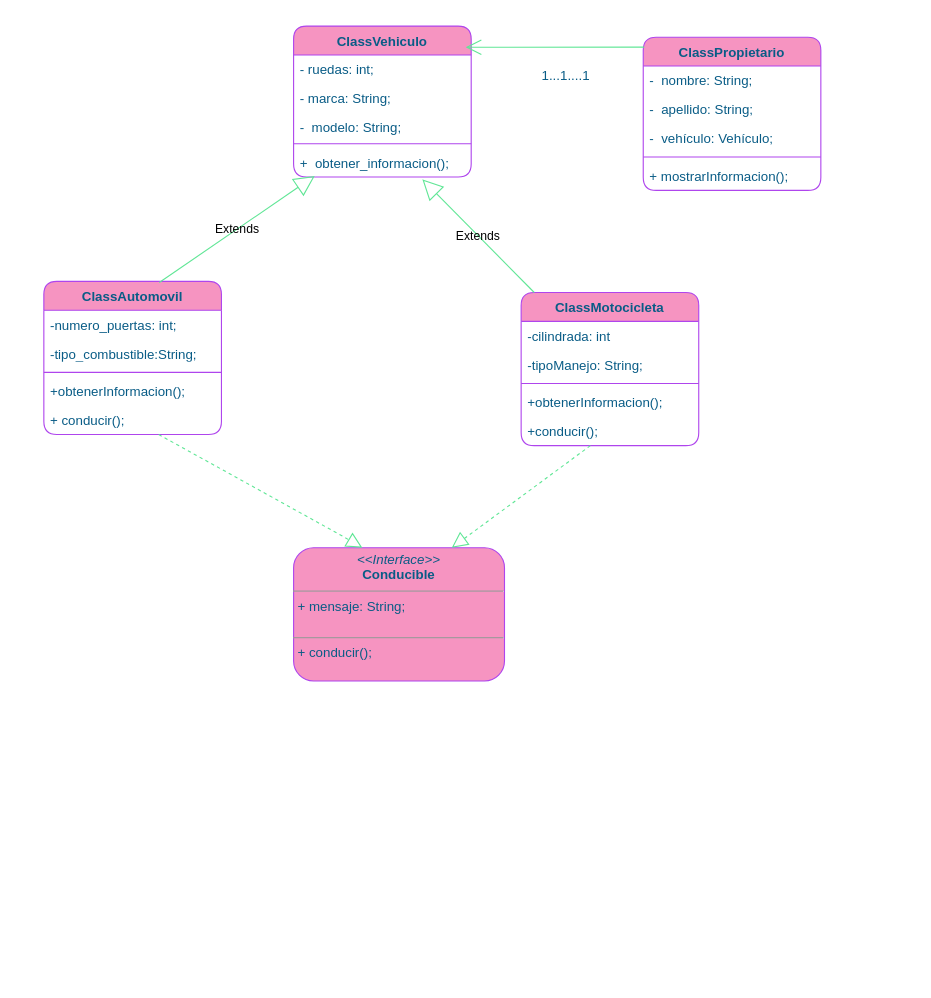
Mariayey12/Sistemagestionvehiculo keeps this draw.io diagram as src/DiagramaSistemagestionvehiculo.drawio. Above is the earlier version. Source tidied: cells renumbered, new cells numbered last; positions are measured from the earlier drawing's top-left corner, leaving out a move shared by most shapes. Both pictures are drawn from the tidied source at 111%, with x=0, y=0 at pixel (43, 26).
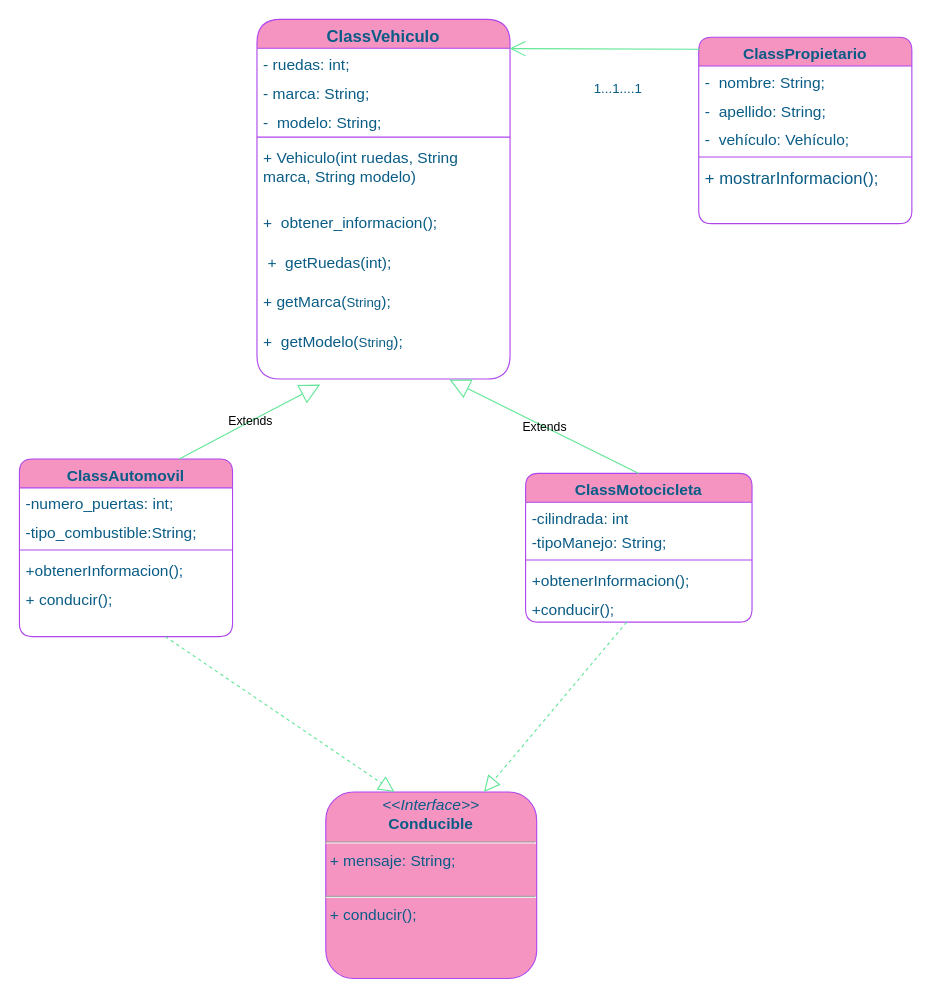
After the change.

The edit, as a diff of the source:
```diff
@@
-    <mxCell id="2" value="ClassVehiculo" style="swimlane;fontStyle=1;align=center;verticalAlign=top;horizontal=1;startSize=26;whiteSpace=wrap;html=1;labelBackgroundColor=none;fillColor=#F694C1;strokeColor=#AF45ED;fontColor=#095C86;rounded=1;" parent="1" vertex="1">
-      <mxGeometry x="225" width="160" height="136" as="geometry" />
+    <mxCell id="2" value="ClassVehiculo" style="swimlane;fontStyle=1;align=center;verticalAlign=top;horizontal=1;startSize=26;whiteSpace=wrap;html=1;labelBackgroundColor=none;fillColor=#F694C1;strokeColor=#AF45ED;fontColor=#095C86;rounded=1;fontSize=15;arcSize=27;" parent="1" vertex="1">
+      <mxGeometry x="192" y="-6" width="228" height="324" as="geometry" />
     </mxCell>
-    <mxCell id="3" value="- ruedas: int;" style="text;strokeColor=none;fillColor=none;align=left;verticalAlign=top;spacingLeft=4;spacingRight=4;overflow=hidden;points=[[0,0.5],[1,0.5]];portConstraint=eastwest;whiteSpace=wrap;html=1;labelBackgroundColor=none;fontColor=#095C86;rounded=1;" parent="2" vertex="1">
-      <mxGeometry y="26" width="160" height="26" as="geometry" />
+    <mxCell id="3" value="&lt;font style=&quot;font-size: 14px;&quot;&gt;- ruedas: int;&lt;/font&gt;" style="text;strokeColor=none;fillColor=none;align=left;verticalAlign=top;spacingLeft=4;spacingRight=4;overflow=hidden;points=[[0,0.5],[1,0.5]];portConstraint=eastwest;whiteSpace=wrap;html=1;labelBackgroundColor=none;fontColor=#095C86;rounded=1;" parent="2" vertex="1">
+      <mxGeometry y="26" width="228" height="26" as="geometry" />
     </mxCell>
-    <mxCell id="4" value="- marca:&amp;nbsp;String;" style="text;strokeColor=none;fillColor=none;align=left;verticalAlign=top;spacingLeft=4;spacingRight=4;overflow=hidden;whiteSpace=wrap;html=1;labelBackgroundColor=none;fontColor=#095C86;rounded=1;" parent="2" vertex="1">
-      <mxGeometry y="52" width="160" height="26" as="geometry" />
+    <mxCell id="4" value="&lt;font style=&quot;font-size: 14px;&quot;&gt;- marca:&amp;nbsp;String;&lt;/font&gt;" style="text;strokeColor=none;fillColor=none;align=left;verticalAlign=top;spacingLeft=4;spacingRight=4;overflow=hidden;whiteSpace=wrap;html=1;labelBackgroundColor=none;fontColor=#095C86;rounded=1;" parent="2" vertex="1">
+      <mxGeometry y="52" width="228" height="26" as="geometry" />
     </mxCell>
-    <mxCell id="5" value="-&amp;nbsp; modelo:&amp;nbsp;String;" style="text;strokeColor=none;fillColor=none;align=left;verticalAlign=top;spacingLeft=4;spacingRight=4;overflow=hidden;whiteSpace=wrap;html=1;labelBackgroundColor=none;fontColor=#095C86;rounded=1;" parent="2" vertex="1">
-      <mxGeometry y="78" width="160" height="24" as="geometry" />
+    <mxCell id="5" value="&lt;font style=&quot;font-size: 14px;&quot;&gt;-&amp;nbsp; modelo:&amp;nbsp;String;&lt;/font&gt;" style="text;strokeColor=none;fillColor=none;align=left;verticalAlign=top;spacingLeft=4;spacingRight=4;overflow=hidden;whiteSpace=wrap;html=1;labelBackgroundColor=none;fontColor=#095C86;rounded=1;" parent="2" vertex="1">
+      <mxGeometry y="78" width="228" height="24" as="geometry" />
     </mxCell>
     <mxCell id="6" style="line;strokeWidth=1;fillColor=none;align=left;verticalAlign=middle;spacingTop=-1;spacingLeft=3;spacingRight=3;labelPosition=right;strokeColor=#AF45ED;labelBackgroundColor=none;fontColor=#095C86;rounded=1;" parent="2" vertex="1">
-      <mxGeometry y="102" width="160" height="8" as="geometry" />
+      <mxGeometry y="102" width="228" height="8" as="geometry" />
     </mxCell>
+    <mxCell id="33" value="&lt;font color=&quot;#095c86&quot; style=&quot;font-size: 14px;&quot;&gt;+&amp;nbsp;Vehiculo(int ruedas, String marca, String modelo)&amp;nbsp;&lt;/font&gt;" style="text;strokeColor=none;fillColor=none;align=left;verticalAlign=top;spacingLeft=4;spacingRight=4;overflow=hidden;whiteSpace=wrap;html=1;" parent="2" vertex="1">
+      <mxGeometry y="110" width="228" height="58" as="geometry" />
+    </mxCell>
-    <mxCell id="7" value="+&amp;nbsp;&amp;nbsp;obtener_informacion();" style="text;strokeColor=none;fillColor=none;align=left;verticalAlign=top;spacingLeft=4;spacingRight=4;overflow=hidden;points=[[0,0.5],[1,0.5]];portConstraint=eastwest;whiteSpace=wrap;html=1;labelBackgroundColor=none;fontColor=#095C86;rounded=1;" parent="2" vertex="1">
-      <mxGeometry y="110" width="160" height="26" as="geometry" />
+    <mxCell id="7" value="&lt;font style=&quot;font-size: 14px;&quot;&gt;+&amp;nbsp;&amp;nbsp;obtener_informacion();&lt;br&gt;&lt;br&gt;&lt;/font&gt;" style="text;strokeColor=none;fillColor=none;align=left;verticalAlign=top;spacingLeft=4;spacingRight=4;overflow=hidden;points=[[0,0.5],[1,0.5]];portConstraint=eastwest;whiteSpace=wrap;html=1;labelBackgroundColor=none;fontColor=#095C86;rounded=1;" parent="2" vertex="1">
+      <mxGeometry y="168" width="228" height="36" as="geometry" />
     </mxCell>
+    <mxCell id="34" value="&lt;font color=&quot;#095c86&quot; style=&quot;font-size: 14px;&quot;&gt;&amp;nbsp;+&amp;nbsp; getRuedas(int);&lt;/font&gt;" style="text;strokeColor=none;fillColor=none;align=left;verticalAlign=top;spacingLeft=4;spacingRight=4;overflow=hidden;whiteSpace=wrap;html=1;" parent="2" vertex="1">
+      <mxGeometry y="204" width="228" height="36" as="geometry" />
+    </mxCell>
+    <mxCell id="35" value="&lt;font color=&quot;#095c86&quot;&gt;&lt;font style=&quot;font-size: 14px;&quot;&gt;+&amp;nbsp;getMarca(&lt;/font&gt;String&lt;font style=&quot;font-size: 14px;&quot;&gt;);&lt;/font&gt;&lt;/font&gt;" style="text;strokeColor=none;fillColor=none;align=left;verticalAlign=top;spacingLeft=4;spacingRight=4;overflow=hidden;whiteSpace=wrap;html=1;" parent="2" vertex="1">
+      <mxGeometry y="240" width="228" height="36" as="geometry" />
+    </mxCell>
+    <mxCell id="36" value="&lt;font color=&quot;#095c86&quot;&gt;&lt;font style=&quot;font-size: 14px;&quot;&gt;+&amp;nbsp; getModelo(&lt;/font&gt;String&lt;font style=&quot;font-size: 14px;&quot;&gt;);&lt;/font&gt;&lt;/font&gt;" style="text;strokeColor=none;fillColor=none;align=left;verticalAlign=top;spacingLeft=4;spacingRight=4;overflow=hidden;points=[[0,0.5],[1,0.5]];portConstraint=eastwest;whiteSpace=wrap;html=1;" parent="2" vertex="1">
+      <mxGeometry y="276" width="228" height="48" as="geometry" />
+    </mxCell>
-    <mxCell id="8" value="ClassAutomovil" style="swimlane;fontStyle=1;align=center;verticalAlign=top;horizontal=1;startSize=26;whiteSpace=wrap;html=1;labelBackgroundColor=none;fillColor=#F694C1;strokeColor=#AF45ED;fontColor=#095C86;rounded=1;" parent="1" vertex="1">
-      <mxGeometry y="230" width="160" height="138" as="geometry" />
+    <mxCell id="8" value="ClassAutomovil" style="swimlane;fontStyle=1;align=center;verticalAlign=top;horizontal=1;startSize=26;whiteSpace=wrap;html=1;labelBackgroundColor=none;fillColor=#F694C1;strokeColor=#AF45ED;fontColor=#095C86;rounded=1;fontSize=14;" parent="1" vertex="1">
+      <mxGeometry x="-22" y="390" width="192" height="160" as="geometry" />
     </mxCell>
-    <mxCell id="9" value="-numero_puertas: int;" style="text;strokeColor=none;fillColor=none;align=left;verticalAlign=top;spacingLeft=4;spacingRight=4;overflow=hidden;whiteSpace=wrap;html=1;labelBackgroundColor=none;fontColor=#095C86;rounded=1;" parent="8" vertex="1">
-      <mxGeometry y="26" width="160" height="26" as="geometry" />
+    <mxCell id="9" value="&lt;font style=&quot;font-size: 14px;&quot;&gt;-numero_puertas: int;&lt;/font&gt;" style="text;strokeColor=none;fillColor=none;align=left;verticalAlign=top;spacingLeft=4;spacingRight=4;overflow=hidden;whiteSpace=wrap;html=1;labelBackgroundColor=none;fontColor=#095C86;rounded=1;" parent="8" vertex="1">
+      <mxGeometry y="26" width="192" height="26" as="geometry" />
     </mxCell>
-    <mxCell id="10" value="-tipo_combustible:String;" style="text;strokeColor=none;fillColor=none;align=left;verticalAlign=top;spacingLeft=4;spacingRight=4;overflow=hidden;whiteSpace=wrap;html=1;labelBackgroundColor=none;fontColor=#095C86;rounded=1;" parent="8" vertex="1">
-      <mxGeometry y="52" width="160" height="26" as="geometry" />
+    <mxCell id="10" value="&lt;font style=&quot;font-size: 14px;&quot;&gt;-tipo_combustible:String;&lt;/font&gt;" style="text;strokeColor=none;fillColor=none;align=left;verticalAlign=top;spacingLeft=4;spacingRight=4;overflow=hidden;whiteSpace=wrap;html=1;labelBackgroundColor=none;fontColor=#095C86;rounded=1;" parent="8" vertex="1">
+      <mxGeometry y="52" width="192" height="26" as="geometry" />
     </mxCell>
     <mxCell id="11" style="line;strokeWidth=1;fillColor=none;align=left;verticalAlign=middle;spacingTop=-1;spacingLeft=3;spacingRight=3;labelPosition=right;strokeColor=#AF45ED;labelBackgroundColor=none;fontColor=#095C86;rounded=1;" parent="8" vertex="1">
-      <mxGeometry y="78" width="160" height="8" as="geometry" />
+      <mxGeometry y="78" width="192" height="8" as="geometry" />
     </mxCell>
-    <mxCell id="12" value="+obtenerInformacion();" style="text;strokeColor=none;fillColor=none;align=left;verticalAlign=top;spacingLeft=4;spacingRight=4;overflow=hidden;whiteSpace=wrap;html=1;labelBackgroundColor=none;fontColor=#095C86;rounded=1;" parent="8" vertex="1">
-      <mxGeometry y="86" width="160" height="26" as="geometry" />
+    <mxCell id="12" value="&lt;font style=&quot;font-size: 14px;&quot;&gt;+obtenerInformacion();&lt;/font&gt;" style="text;strokeColor=none;fillColor=none;align=left;verticalAlign=top;spacingLeft=4;spacingRight=4;overflow=hidden;whiteSpace=wrap;html=1;labelBackgroundColor=none;fontColor=#095C86;rounded=1;" parent="8" vertex="1">
+      <mxGeometry y="86" width="192" height="26" as="geometry" />
     </mxCell>
-    <mxCell id="13" value="+ conducir();" style="text;strokeColor=none;fillColor=none;align=left;verticalAlign=top;spacingLeft=4;spacingRight=4;overflow=hidden;points=[[0,0.5],[1,0.5]];portConstraint=eastwest;whiteSpace=wrap;html=1;labelBackgroundColor=none;fontColor=#095C86;rounded=1;" parent="8" vertex="1">
-      <mxGeometry y="112" width="160" height="26" as="geometry" />
+    <mxCell id="13" value="&lt;font style=&quot;font-size: 14px;&quot;&gt;+ conducir();&lt;/font&gt;" style="text;strokeColor=none;fillColor=none;align=left;verticalAlign=top;spacingLeft=4;spacingRight=4;overflow=hidden;points=[[0,0.5],[1,0.5]];portConstraint=eastwest;whiteSpace=wrap;html=1;labelBackgroundColor=none;fontColor=#095C86;rounded=1;" parent="8" vertex="1">
+      <mxGeometry y="112" width="192" height="48" as="geometry" />
     </mxCell>
-    <mxCell id="14" value="ClassMotocicleta" style="swimlane;fontStyle=1;align=center;verticalAlign=top;horizontal=1;startSize=26;whiteSpace=wrap;html=1;labelBackgroundColor=none;fillColor=#F694C1;strokeColor=#AF45ED;fontColor=#095C86;rounded=1;" parent="1" vertex="1">
-      <mxGeometry x="430" y="240" width="160" height="138" as="geometry" />
+    <mxCell id="14" value="&lt;font style=&quot;font-size: 14px;&quot;&gt;ClassMotocicleta&lt;/font&gt;" style="swimlane;fontStyle=1;align=center;verticalAlign=top;horizontal=1;startSize=26;whiteSpace=wrap;html=1;labelBackgroundColor=none;fillColor=#F694C1;strokeColor=#AF45ED;fontColor=#095C86;rounded=1;" parent="1" vertex="1">
+      <mxGeometry x="434" y="403" width="204" height="134" as="geometry" />
     </mxCell>
-    <mxCell id="15" value="-cilindrada: int" style="text;strokeColor=none;fillColor=none;align=left;verticalAlign=top;spacingLeft=4;spacingRight=4;overflow=hidden;whiteSpace=wrap;html=1;labelBackgroundColor=none;fontColor=#095C86;rounded=1;" parent="14" vertex="1">
-      <mxGeometry y="26" width="160" height="26" as="geometry" />
+    <mxCell id="15" value="&lt;font style=&quot;font-size: 14px;&quot;&gt;-cilindrada: int&lt;/font&gt;" style="text;strokeColor=none;fillColor=none;align=left;verticalAlign=top;spacingLeft=4;spacingRight=4;overflow=hidden;whiteSpace=wrap;html=1;labelBackgroundColor=none;fontColor=#095C86;rounded=1;" parent="14" vertex="1">
+      <mxGeometry y="26" width="204" height="22" as="geometry" />
     </mxCell>
-    <mxCell id="16" value="-tipoManejo:&amp;nbsp;String;" style="text;strokeColor=none;fillColor=none;align=left;verticalAlign=top;spacingLeft=4;spacingRight=4;overflow=hidden;whiteSpace=wrap;html=1;labelBackgroundColor=none;fontColor=#095C86;rounded=1;" parent="14" vertex="1">
-      <mxGeometry y="52" width="160" height="26" as="geometry" />
+    <mxCell id="16" value="&lt;font style=&quot;font-size: 14px;&quot;&gt;-tipoManejo:&amp;nbsp;String;&lt;/font&gt;" style="text;strokeColor=none;fillColor=none;align=left;verticalAlign=top;spacingLeft=4;spacingRight=4;overflow=hidden;whiteSpace=wrap;html=1;labelBackgroundColor=none;fontColor=#095C86;rounded=1;" parent="14" vertex="1">
+      <mxGeometry y="48" width="204" height="26" as="geometry" />
     </mxCell>
     <mxCell id="17" style="line;strokeWidth=1;fillColor=none;align=left;verticalAlign=middle;spacingTop=-1;spacingLeft=3;spacingRight=3;labelPosition=right;strokeColor=#AF45ED;labelBackgroundColor=none;fontColor=#095C86;rounded=1;" parent="14" vertex="1">
-      <mxGeometry y="78" width="160" height="8" as="geometry" />
+      <mxGeometry y="74" width="204" height="8" as="geometry" />
     </mxCell>
-    <mxCell id="18" value="+obtenerInformacion();" style="text;strokeColor=none;fillColor=none;align=left;verticalAlign=top;spacingLeft=4;spacingRight=4;overflow=hidden;whiteSpace=wrap;html=1;labelBackgroundColor=none;fontColor=#095C86;rounded=1;" parent="14" vertex="1">
-      <mxGeometry y="86" width="160" height="26" as="geometry" />
+    <mxCell id="18" value="&lt;font style=&quot;font-size: 14px;&quot;&gt;+obtenerInformacion();&lt;/font&gt;" style="text;strokeColor=none;fillColor=none;align=left;verticalAlign=top;spacingLeft=4;spacingRight=4;overflow=hidden;whiteSpace=wrap;html=1;labelBackgroundColor=none;fontColor=#095C86;rounded=1;" parent="14" vertex="1">
+      <mxGeometry y="82" width="204" height="26" as="geometry" />
     </mxCell>
-    <mxCell id="19" value="+conducir();" style="text;strokeColor=none;fillColor=none;align=left;verticalAlign=top;spacingLeft=4;spacingRight=4;overflow=hidden;points=[[0,0.5],[1,0.5]];portConstraint=eastwest;whiteSpace=wrap;html=1;labelBackgroundColor=none;fontColor=#095C86;rounded=1;" parent="14" vertex="1">
-      <mxGeometry y="112" width="160" height="26" as="geometry" />
+    <mxCell id="19" value="&lt;font style=&quot;font-size: 14px;&quot;&gt;+conducir();&lt;/font&gt;" style="text;strokeColor=none;fillColor=none;align=left;verticalAlign=top;spacingLeft=4;spacingRight=4;overflow=hidden;points=[[0,0.5],[1,0.5]];portConstraint=eastwest;whiteSpace=wrap;html=1;labelBackgroundColor=none;fontColor=#095C86;rounded=1;" parent="14" vertex="1">
+      <mxGeometry y="108" width="204" height="26" as="geometry" />
     </mxCell>
-    <mxCell id="20" value="&lt;p style=&quot;margin:0px;margin-top:4px;text-align:center;&quot;&gt;&lt;i&gt;&amp;lt;&amp;lt;Interface&amp;gt;&amp;gt;&lt;/i&gt;&lt;br&gt;&lt;b&gt;Conducible&lt;/b&gt;&lt;br&gt;&lt;/p&gt;&lt;hr size=&quot;1&quot;&gt;&lt;p style=&quot;margin:0px;margin-left:4px;&quot;&gt;+ mensaje: String;&lt;br&gt;&lt;br&gt;&lt;/p&gt;&lt;hr size=&quot;1&quot;&gt;&lt;p style=&quot;margin:0px;margin-left:4px;&quot;&gt;+ conducir();&lt;br&gt;&lt;/p&gt;" style="verticalAlign=top;align=left;overflow=fill;fontSize=12;fontFamily=Helvetica;html=1;whiteSpace=wrap;labelBackgroundColor=none;fillColor=#F694C1;strokeColor=#AF45ED;fontColor=#095C86;rounded=1;" parent="1" vertex="1">
-      <mxGeometry x="225" y="470" width="190" height="120" as="geometry" />
+    <mxCell id="20" value="&lt;p style=&quot;margin: 4px 0px 0px; text-align: center; font-size: 14px;&quot;&gt;&lt;i style=&quot;font-size: 14px;&quot;&gt;&amp;lt;&amp;lt;Interface&amp;gt;&amp;gt;&lt;/i&gt;&lt;br style=&quot;font-size: 14px;&quot;&gt;&lt;b style=&quot;font-size: 14px;&quot;&gt;Conducible&lt;/b&gt;&lt;br style=&quot;font-size: 14px;&quot;&gt;&lt;/p&gt;&lt;hr style=&quot;font-size: 14px;&quot;&gt;&lt;p style=&quot;margin: 0px 0px 0px 4px; font-size: 14px;&quot;&gt;+ mensaje: String;&lt;br style=&quot;font-size: 14px;&quot;&gt;&lt;br style=&quot;font-size: 14px;&quot;&gt;&lt;/p&gt;&lt;hr style=&quot;font-size: 14px;&quot;&gt;&lt;p style=&quot;margin: 0px 0px 0px 4px; font-size: 14px;&quot;&gt;+ conducir();&lt;br style=&quot;font-size: 14px;&quot;&gt;&lt;/p&gt;" style="verticalAlign=top;align=left;overflow=fill;fontSize=14;fontFamily=Helvetica;html=1;whiteSpace=wrap;labelBackgroundColor=none;fillColor=#F694C1;strokeColor=#AF45ED;fontColor=#095C86;rounded=1;" parent="1" vertex="1">
+      <mxGeometry x="254" y="690" width="190" height="168" as="geometry" />
     </mxCell>
-    <mxCell id="21" value="ClassPropietario" style="swimlane;fontStyle=1;align=center;verticalAlign=top;horizontal=1;startSize=26;whiteSpace=wrap;html=1;labelBackgroundColor=none;fillColor=#F694C1;strokeColor=#AF45ED;fontColor=#095C86;rounded=1;" parent="1" vertex="1">
-      <mxGeometry x="540" y="10" width="160" height="138" as="geometry" />
+    <mxCell id="21" value="&lt;font style=&quot;font-size: 14px;&quot;&gt;ClassPropietario&lt;/font&gt;" style="swimlane;fontStyle=1;align=center;verticalAlign=top;horizontal=1;startSize=26;whiteSpace=wrap;html=1;labelBackgroundColor=none;fillColor=#F694C1;strokeColor=#AF45ED;fontColor=#095C86;rounded=1;fontSize=14;" parent="1" vertex="1">
+      <mxGeometry x="590" y="10" width="192" height="168" as="geometry" />
     </mxCell>
-    <mxCell id="22" value="-&amp;nbsp; nombre: String;" style="text;strokeColor=none;fillColor=none;align=left;verticalAlign=top;spacingLeft=4;spacingRight=4;overflow=hidden;whiteSpace=wrap;html=1;labelBackgroundColor=none;fontColor=#095C86;rounded=1;" parent="21" vertex="1">
-      <mxGeometry y="26" width="160" height="26" as="geometry" />
+    <mxCell id="22" value="-&amp;nbsp; nombre: String;" style="text;strokeColor=none;fillColor=none;align=left;verticalAlign=top;spacingLeft=4;spacingRight=4;overflow=hidden;whiteSpace=wrap;html=1;labelBackgroundColor=none;fontColor=#095C86;rounded=1;fontSize=14;" parent="21" vertex="1">
+      <mxGeometry y="26" width="192" height="26" as="geometry" />
     </mxCell>
-    <mxCell id="23" value="-&amp;nbsp; apellido: String;" style="text;strokeColor=none;fillColor=none;align=left;verticalAlign=top;spacingLeft=4;spacingRight=4;overflow=hidden;whiteSpace=wrap;html=1;labelBackgroundColor=none;fontColor=#095C86;rounded=1;" parent="21" vertex="1">
-      <mxGeometry y="52" width="160" height="26" as="geometry" />
+    <mxCell id="23" value="-&amp;nbsp; apellido: String;" style="text;strokeColor=none;fillColor=none;align=left;verticalAlign=top;spacingLeft=4;spacingRight=4;overflow=hidden;whiteSpace=wrap;html=1;labelBackgroundColor=none;fontColor=#095C86;rounded=1;fontSize=14;" parent="21" vertex="1">
+      <mxGeometry y="52" width="192" height="26" as="geometry" />
     </mxCell>
-    <mxCell id="24" value="-&amp;nbsp;&amp;nbsp;vehículo: Vehículo;" style="text;strokeColor=none;fillColor=none;align=left;verticalAlign=top;spacingLeft=4;spacingRight=4;overflow=hidden;whiteSpace=wrap;html=1;labelBackgroundColor=none;fontColor=#095C86;rounded=1;" parent="21" vertex="1">
-      <mxGeometry y="78" width="160" height="26" as="geometry" />
+    <mxCell id="24" value="-&amp;nbsp;&amp;nbsp;vehículo: Vehículo;" style="text;strokeColor=none;fillColor=none;align=left;verticalAlign=top;spacingLeft=4;spacingRight=4;overflow=hidden;whiteSpace=wrap;html=1;labelBackgroundColor=none;fontColor=#095C86;rounded=1;fontSize=14;" parent="21" vertex="1">
+      <mxGeometry y="78" width="192" height="26" as="geometry" />
     </mxCell>
     <mxCell id="25" style="line;strokeWidth=1;fillColor=none;align=left;verticalAlign=middle;spacingTop=-1;spacingLeft=3;spacingRight=3;labelPosition=right;strokeColor=#AF45ED;labelBackgroundColor=none;fontColor=#095C86;rounded=1;" parent="21" vertex="1">
-      <mxGeometry y="104" width="160" height="8" as="geometry" />
+      <mxGeometry y="104" width="192" height="8" as="geometry" />
     </mxCell>
-    <mxCell id="26" value="+ mostrarInformacion();" style="text;strokeColor=none;fillColor=none;align=left;verticalAlign=top;spacingLeft=4;spacingRight=4;overflow=hidden;whiteSpace=wrap;html=1;labelBackgroundColor=none;fontColor=#095C86;rounded=1;" parent="21" vertex="1">
-      <mxGeometry y="112" width="160" height="26" as="geometry" />
+    <mxCell id="26" value="&lt;font style=&quot;font-size: 15px;&quot;&gt;+ mostrarInformacion();&lt;/font&gt;" style="text;strokeColor=none;fillColor=none;align=left;verticalAlign=top;spacingLeft=4;spacingRight=4;overflow=hidden;whiteSpace=wrap;html=1;labelBackgroundColor=none;fontColor=#095C86;rounded=1;fontSize=14;" parent="21" vertex="1">
+      <mxGeometry y="112" width="192" height="56" as="geometry" />
     </mxCell>
-    <mxCell id="27" value="Extends" style="endArrow=block;endSize=16;endFill=0;html=1;rounded=0;exitX=0.65;exitY=0.007;exitDx=0;exitDy=0;exitPerimeter=0;entryX=0.119;entryY=0.962;entryDx=0;entryDy=0;entryPerimeter=0;labelBackgroundColor=none;strokeColor=#60E696;fontColor=default;" parent="1" edge="1" source="8" target="7">
-      <mxGeometry relative="1" as="geometry" />
-    </mxCell>
-    <mxCell id="28" value="Extends" style="endArrow=block;endSize=16;endFill=0;html=1;rounded=0;entryX=0.725;entryY=1.077;entryDx=0;entryDy=0;entryPerimeter=0;labelBackgroundColor=none;strokeColor=#60E696;fontColor=default;" parent="1" edge="1" source="14" target="7">
-      <mxGeometry relative="1" as="geometry" />
-    </mxCell>
-    <mxCell id="29" style="endArrow=open;endFill=1;endSize=12;html=1;rounded=0;strokeColor=#60E696;fontColor=default;exitX=0.006;exitY=0.065;exitDx=0;exitDy=0;exitPerimeter=0;entryX=0.969;entryY=0.14;entryDx=0;entryDy=0;entryPerimeter=0;labelBackgroundColor=none;" parent="1" edge="1" source="21" target="2">
+    <mxCell id="29" style="endArrow=open;endFill=1;endSize=12;html=1;rounded=0;strokeColor=#60E696;fontColor=default;exitX=0.006;exitY=0.065;exitDx=0;exitDy=0;exitPerimeter=0;labelBackgroundColor=none;entryX=0.999;entryY=0.011;entryDx=0;entryDy=0;entryPerimeter=0;fontStyle=1;" parent="1" edge="1" source="21" target="3">
       <mxGeometry relative="1" as="geometry" />
     </mxCell>
     <mxCell id="30" style="endArrow=block;dashed=1;endFill=0;endSize=12;html=1;rounded=0;strokeColor=#60E696;fontColor=default;entryX=0.326;entryY=0;entryDx=0;entryDy=0;entryPerimeter=0;labelBackgroundColor=none;" parent="1" edge="1" source="13" target="20">
-      <mxGeometry relative="1" as="geometry">
-        <Array as="points">
-          <mxPoint x="270" y="460" />
-        </Array>
-      </mxGeometry>
+      <mxGeometry relative="1" as="geometry" />
     </mxCell>
@@
     <mxCell id="32" value="1...1....1" style="text;html=1;align=center;verticalAlign=middle;strokeColor=none;fillColor=none;fontColor=#095C86;labelBackgroundColor=none;" parent="1" vertex="1">
-      <mxGeometry x="435" y="30" width="70" height="30" as="geometry" />
+      <mxGeometry x="482" y="42" width="70" height="30" as="geometry" />
     </mxCell>
+    <mxCell id="37" value="Extends" style="endArrow=block;endSize=16;endFill=0;html=1;rounded=0;entryX=0.761;entryY=1.011;entryDx=0;entryDy=0;entryPerimeter=0;labelBackgroundColor=none;strokeColor=#60E696;fontColor=default;exitX=0.5;exitY=0;exitDx=0;exitDy=0;" parent="1" edge="1" source="14" target="36">
+      <mxGeometry relative="1" as="geometry" />
+    </mxCell>
+    <mxCell id="38" value="Extends" style="endArrow=block;endSize=16;endFill=0;html=1;rounded=0;entryX=0.25;entryY=1.102;entryDx=0;entryDy=0;entryPerimeter=0;labelBackgroundColor=none;strokeColor=#60E696;fontColor=default;exitX=0.75;exitY=0;exitDx=0;exitDy=0;" parent="1" edge="1" source="8" target="36">
+      <mxGeometry relative="1" as="geometry" />
+    </mxCell>
```
